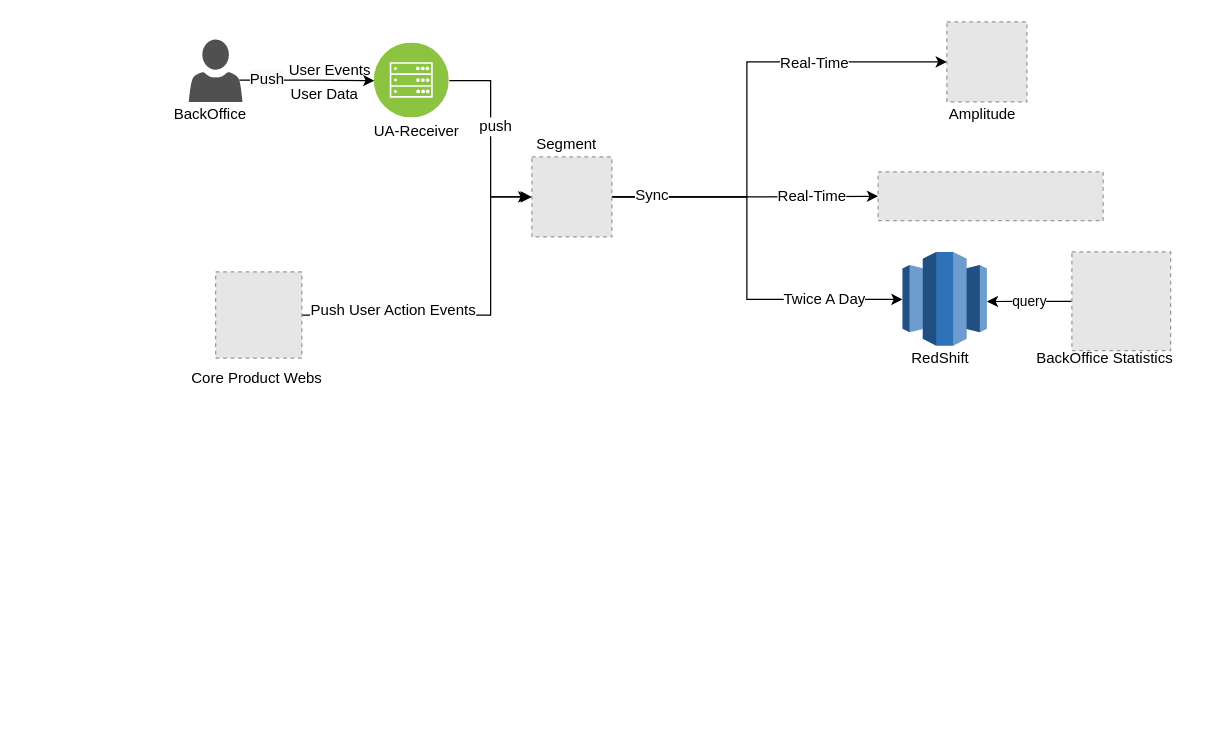
Above: BuryPoint Data Flow.drawio in yindongjun/gangzhang.github.io (draw.io), before the change. Source tidied: cells renumbered, new cells numbered last; positions are measured from the earlier drawing's top-left corner, leaving out a move shared by most shapes. Both pictures are drawn from the tidied source at 125%, with x=0, y=0 at pixel (171, 21). Pictures stored in the file or linked from it are replaced by grey dashed boxes.
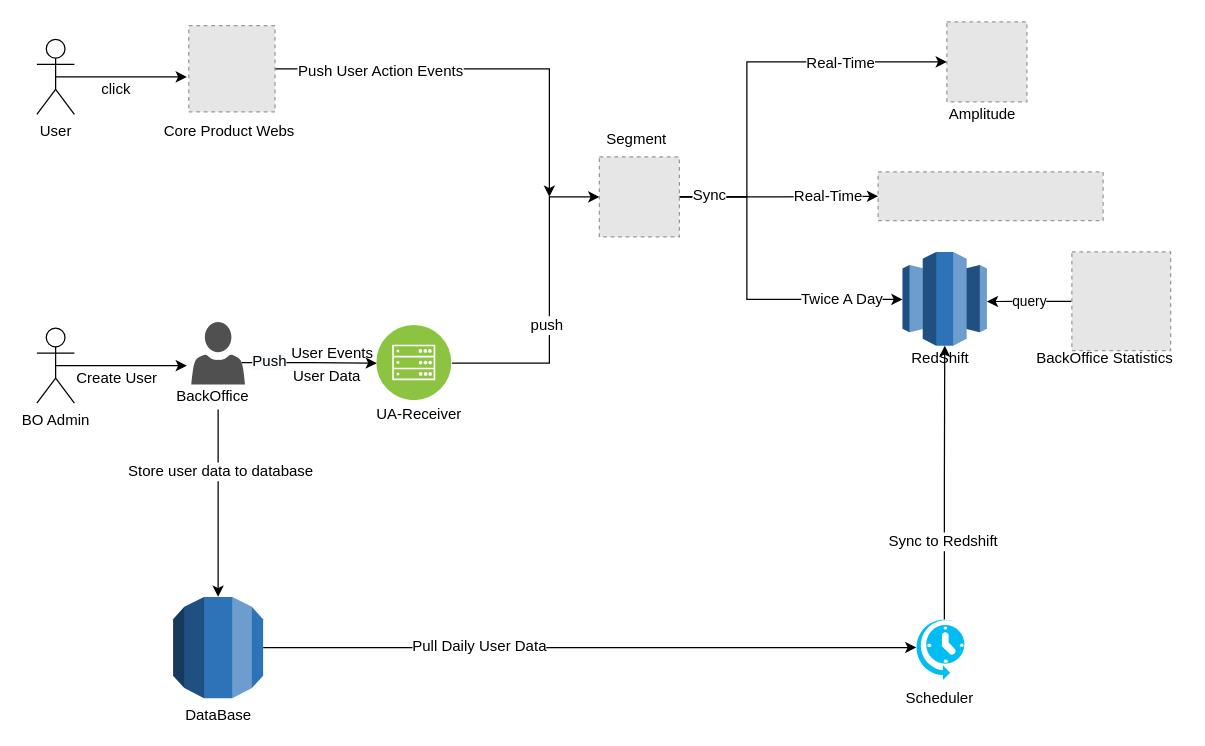
The same diagram, later.

Unchanged cells that the change refers to:
```xml
<mxCell id="18" style="outlineConnect=0;dashed=0;verticalLabelPosition=bottom;verticalAlign=top;align=center;html=1;shape=mxgraph.aws3.redshift;fillColor=#2E73B8;gradientColor=none;" parent="1" vertex="1">
  <mxGeometry x="584.5" y="184" width="67.5" height="75" as="geometry" />
</mxCell>
```

The edit, as a diff of the source:
```diff
@@
     <mxCell id="4" style="shadow=0;dashed=0;html=1;strokeColor=none;labelPosition=center;verticalLabelPosition=bottom;verticalAlign=top;align=center;fillColor=#505050;shape=mxgraph.mscae.intune.account_portal;" parent="1" vertex="1">
-      <mxGeometry x="13.5" y="14" width="43" height="50" as="geometry" />
+      <mxGeometry x="15.5" y="240" width="43" height="50" as="geometry" />
     </mxCell>
+    <mxCell id="33" style="edgeStyle=orthogonalEdgeStyle;rounded=0;jettySize=auto;html=1;entryX=0.5;entryY=0;entryDx=0;entryDy=0;entryPerimeter=0;" parent="1" edge="1" source="5" target="37">
+      <mxGeometry relative="1" as="geometry" />
+    </mxCell>
+    <mxCell id="34" value="Store user data to database" style="text;html=1;align=center;verticalAlign=middle;labelBackgroundColor=#ffffff;" parent="33" vertex="1">
+      <mxGeometry x="-0.35" y="1" relative="1" as="geometry" />
+    </mxCell>
     <mxCell id="5" value="BackOffice" style="text;html=1;points=[];align=left;verticalAlign=top;spacingTop=-4;" parent="1" vertex="1">
-      <mxGeometry y="64" width="70" height="20" as="geometry" />
+      <mxGeometry x="2" y="290" width="70" height="20" as="geometry" />
     </mxCell>
@@
     <mxCell id="14" style="fillColor=#E6E6E6;strokeColor=#999999;dashed=1;verticalLabelPosition=bottom;labelBackgroundColor=#ffffff;verticalAlign=top;" parent="1" vertex="1">
-      <mxGeometry x="288" y="108" width="64" height="64" as="geometry" />
+      <mxGeometry x="342" y="108" width="64" height="64" as="geometry" />
     </mxCell>
     <mxCell id="15" value="&amp;nbsp;User Data" style="text;html=1;align=left;verticalAlign=top;spacingTop=-4;" parent="1" vertex="1">
-      <mxGeometry x="90" y="48" width="70" height="20" as="geometry" />
+      <mxGeometry x="92" y="274" width="70" height="20" as="geometry" />
     </mxCell>
     <mxCell id="16" value="Segment" style="text;html=1;align=left;verticalAlign=top;spacingTop=-4;" parent="1" vertex="1">
-      <mxGeometry x="290" y="88" width="60" height="20" as="geometry" />
+      <mxGeometry x="346" y="84" width="60" height="20" as="geometry" />
     </mxCell>
@@
     <mxCell id="21" value="User Events" style="text;html=1;align=left;verticalAlign=top;spacingTop=-4;" parent="1" vertex="1">
-      <mxGeometry x="92" y="29" width="80" height="20" as="geometry" />
+      <mxGeometry x="94" y="255" width="80" height="20" as="geometry" />
     </mxCell>
@@
     <mxCell id="25" style="edgeStyle=orthogonalEdgeStyle;rounded=0;jettySize=auto;html=1;entryX=0;entryY=0.5;entryDx=0;entryDy=0;" parent="1" edge="1" source="27" target="14">
-      <mxGeometry relative="1" as="geometry" />
+      <mxGeometry relative="1" as="geometry">
+        <Array as="points">
+          <mxPoint x="302" y="273" />
+          <mxPoint x="302" y="140" />
+        </Array>
+      </mxGeometry>
     </mxCell>
@@
     <mxCell id="27" style="perimeter=ellipsePerimeter;html=1;align=center;shadow=0;dashed=0;fontColor=#4277BB;labelBackgroundColor=#ffffff;fontSize=12;spacingTop=3;image;image=img/lib/ibm/infrastructure/mobile_backend.svg;" parent="1" vertex="1">
-      <mxGeometry x="162" y="17" width="60" height="60" as="geometry" />
+      <mxGeometry x="164" y="243" width="60" height="60" as="geometry" />
     </mxCell>
-    <mxCell id="28" style="edgeStyle=orthogonalEdgeStyle;rounded=0;jettySize=auto;html=1;entryX=0;entryY=0.5;entryDx=0;entryDy=0;exitX=1;exitY=0.5;exitDx=0;exitDy=0;" parent="1" edge="1" source="30">
+    <mxCell id="28" style="edgeStyle=orthogonalEdgeStyle;rounded=0;jettySize=auto;html=1;exitX=1;exitY=0.5;exitDx=0;exitDy=0;" parent="1" edge="1" source="30">
       <mxGeometry relative="1" as="geometry">
-        <mxPoint x="286" y="140" as="targetPoint" />
+        <mxPoint x="302" y="140" as="targetPoint" />
         <Array as="points">
-          <mxPoint x="255" y="235" />
-          <mxPoint x="255" y="140" />
+          <mxPoint x="302" y="38" />
+          <mxPoint x="302" y="140" />
         </Array>
       </mxGeometry>
     </mxCell>
     <mxCell id="29" value="Push User Action Events" style="text;html=1;align=center;verticalAlign=middle;labelBackgroundColor=#ffffff;" parent="28" vertex="1">
       <mxGeometry x="-0.81" y="4" relative="1" as="geometry">
-        <mxPoint x="46" as="offset" />
+        <mxPoint x="53" y="6" as="offset" />
       </mxGeometry>
     </mxCell>
     <mxCell id="30" style="fillColor=#E6E6E6;strokeColor=#999999;dashed=1;html=1;verticalAlign=top;verticalLabelPosition=bottom;labelBackgroundColor=#ffffff;" parent="1" vertex="1">
-      <mxGeometry x="35" y="200" width="69" height="69" as="geometry" />
+      <mxGeometry x="13.5" y="3" width="69" height="69" as="geometry" />
     </mxCell>
     <mxCell id="31" value="Core Product Webs" style="text;html=1;align=left;verticalAlign=top;spacingTop=-4;" parent="1" vertex="1">
-      <mxGeometry x="13.5" y="275" width="120" height="20" as="geometry" />
+      <mxGeometry x="-8" y="78" width="120" height="20" as="geometry" />
     </mxCell>
     <mxCell id="32" value="UA-Receiver" style="text;html=1;align=left;verticalAlign=top;spacingTop=-4;" parent="1" vertex="1">
-      <mxGeometry x="160" y="78" width="80" height="20" as="geometry" />
+      <mxGeometry x="162" y="304" width="80" height="20" as="geometry" />
     </mxCell>
+    <mxCell id="35" style="edgeStyle=orthogonalEdgeStyle;rounded=0;jettySize=auto;html=1;exitX=1;exitY=0.5;exitDx=0;exitDy=0;exitPerimeter=0;entryX=0.04;entryY=0.48;entryDx=0;entryDy=0;entryPerimeter=0;" parent="1" edge="1" source="37" target="46">
+      <mxGeometry relative="1" as="geometry" />
+    </mxCell>
+    <mxCell id="36" value="Pull Daily User Data" style="text;html=1;align=center;verticalAlign=middle;labelBackgroundColor=#ffffff;" parent="35" vertex="1">
+      <mxGeometry x="-0.34" y="1" relative="1" as="geometry" />
+    </mxCell>
+    <mxCell id="37" value="DataBase" style="outlineConnect=0;dashed=0;verticalLabelPosition=bottom;verticalAlign=top;align=center;html=1;shape=mxgraph.aws3.rds;fillColor=#2E73B8;gradientColor=none;" parent="1" vertex="1">
+      <mxGeometry x="1" y="460" width="72" height="81" as="geometry" />
+    </mxCell>
+    <mxCell id="38" style="edgeStyle=orthogonalEdgeStyle;rounded=0;jettySize=auto;html=1;exitX=0.5;exitY=0.5;exitDx=0;exitDy=0;exitPerimeter=0;" parent="1" edge="1" source="39">
+      <mxGeometry relative="1" as="geometry">
+        <mxPoint x="12" y="44" as="targetPoint" />
+      </mxGeometry>
+    </mxCell>
+    <mxCell id="39" value="User" style="shape=umlActor;verticalLabelPosition=bottom;labelBackgroundColor=#ffffff;verticalAlign=top;html=1;outlineConnect=0;" parent="1" vertex="1">
+      <mxGeometry x="-108" y="14" width="30" height="60" as="geometry" />
+    </mxCell>
+    <mxCell id="40" value="click" style="text;html=1;align=left;verticalAlign=top;spacingTop=-4;" parent="1" vertex="1">
+      <mxGeometry x="-58" y="44" width="40" height="20" as="geometry" />
+    </mxCell>
+    <mxCell id="41" style="edgeStyle=orthogonalEdgeStyle;rounded=0;jettySize=auto;html=1;exitX=0.5;exitY=0.5;exitDx=0;exitDy=0;exitPerimeter=0;" parent="1" edge="1" source="42">
+      <mxGeometry relative="1" as="geometry">
+        <mxPoint x="12" y="275" as="targetPoint" />
+      </mxGeometry>
+    </mxCell>
+    <mxCell id="42" value="BO Admin" style="shape=umlActor;verticalLabelPosition=bottom;labelBackgroundColor=#ffffff;verticalAlign=top;html=1;outlineConnect=0;" parent="1" vertex="1">
+      <mxGeometry x="-108" y="245" width="30" height="60" as="geometry" />
+    </mxCell>
+    <mxCell id="43" value="Create User" style="text;html=1;align=left;verticalAlign=top;spacingTop=-4;" parent="1" vertex="1">
+      <mxGeometry x="-78" y="275" width="80" height="20" as="geometry" />
+    </mxCell>
+    <mxCell id="44" style="edgeStyle=orthogonalEdgeStyle;rounded=0;jettySize=auto;html=1;exitX=0.6;exitY=0.03;exitDx=0;exitDy=0;exitPerimeter=0;" parent="1" edge="1" source="46" target="18">
+      <mxGeometry relative="1" as="geometry" />
+    </mxCell>
+    <mxCell id="45" value="Sync to Redshift" style="text;html=1;align=center;verticalAlign=middle;labelBackgroundColor=#ffffff;" parent="44" vertex="1">
+      <mxGeometry x="-0.43" y="2" relative="1" as="geometry" />
+    </mxCell>
+    <mxCell id="46" value="Scheduler" style="verticalLabelPosition=bottom;html=1;verticalAlign=top;align=center;strokeColor=none;fillColor=#00BEF2;shape=mxgraph.azure.scheduler;" parent="1" vertex="1">
+      <mxGeometry x="594" y="476.5" width="40" height="50" as="geometry" />
+    </mxCell>
```
